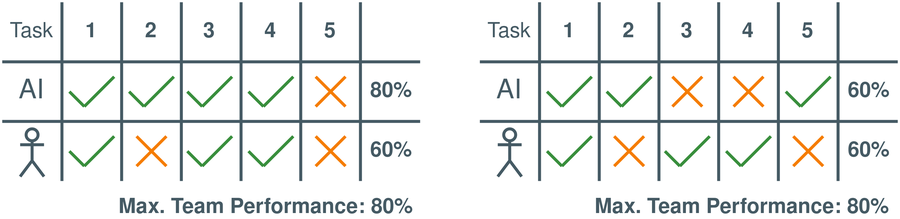
The draw.io diagram public/assets/complementarityPotential.png in sebastianschaefer-kit/co-aid, before a commit. Source tidied: cells renumbered, new cells last; positions are measured from the earlier drawing's top-left corner, leaving out a move shared by most shapes.
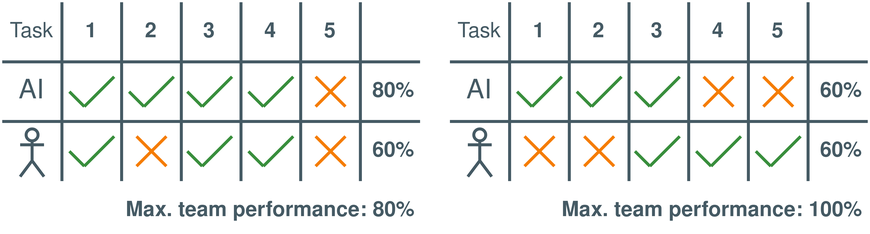
The same file after the commit.

What changed in the source:
```diff
@@ -150,13 +150,13 @@
       <mxGeometry x="210" y="10" width="20" height="20" as="geometry" />
     </mxCell>
     <mxCell id="33" value="&lt;font color=&quot;#455a64&quot;&gt;80%&lt;/font&gt;" style="text;html=1;strokeColor=none;fillColor=none;align=center;verticalAlign=middle;whiteSpace=wrap;rounded=0;fontSize=14;strokeWidth=1;fontStyle=1;" parent="1" vertex="1">
-      <mxGeometry x="246" y="50" width="30" height="20" as="geometry" />
+      <mxGeometry x="249" y="50" width="27" height="20" as="geometry" />
     </mxCell>
     <mxCell id="34" value="&lt;div&gt;&lt;font color=&quot;#455a64&quot;&gt;60%&lt;/font&gt;&lt;/div&gt;" style="text;html=1;strokeColor=none;fillColor=none;align=center;verticalAlign=middle;whiteSpace=wrap;rounded=0;fontSize=14;strokeWidth=1;fontStyle=1;" parent="1" vertex="1">
-      <mxGeometry x="246" y="90" width="30" height="20" as="geometry" />
+      <mxGeometry x="249" y="90" width="27" height="20" as="geometry" />
     </mxCell>
-    <mxCell id="35" value="&lt;div style=&quot;font-size: 14px;&quot;&gt;&lt;font style=&quot;font-size: 14px;&quot; color=&quot;#455a64&quot;&gt;Max. Team Performance: 80%&lt;/font&gt;&lt;/div&gt;" style="text;html=1;strokeColor=none;fillColor=none;align=center;verticalAlign=middle;whiteSpace=wrap;rounded=0;fontStyle=1;fontSize=14;" parent="1" vertex="1">
-      <mxGeometry x="73" y="130" width="207.5" height="15" as="geometry" />
+    <mxCell id="35" value="&lt;div style=&quot;font-size: 14px;&quot;&gt;&lt;font style=&quot;font-size: 14px;&quot; color=&quot;#455a64&quot;&gt;Max. team performance: 80%&lt;/font&gt;&lt;/div&gt;" style="text;html=1;strokeColor=none;fillColor=none;align=center;verticalAlign=middle;whiteSpace=wrap;rounded=0;fontStyle=1;fontSize=14;spacing=0;" parent="1" vertex="1">
+      <mxGeometry x="84" y="125" width="192" height="30" as="geometry" />
     </mxCell>
     <mxCell id="36" style="group;fillColor=none;" parent="1" vertex="1">
       <mxGeometry x="210" y="90" width="20" height="20" as="geometry" />
@@ -205,48 +205,63 @@
     </mxCell>
     <mxCell id="45" style="endArrow=none;html=1;rounded=0;strokeColor=#455a64;strokeWidth=2;" parent="1" edge="1">
       <mxGeometry relative="1" as="geometry">
-        <mxPoint x="320" y="40" as="sourcePoint" />
-        <mxPoint x="600" y="40" as="targetPoint" />
+        <mxPoint x="300" y="40" as="sourcePoint" />
+        <mxPoint x="580" y="40" as="targetPoint" />
       </mxGeometry>
     </mxCell>
     <mxCell id="46" style="endArrow=none;html=1;rounded=0;strokeColor=#455a64;strokeWidth=2;" parent="1" edge="1">
       <mxGeometry relative="1" as="geometry">
-        <mxPoint x="360" y="120" as="sourcePoint" />
-        <mxPoint x="360" as="targetPoint" />
+        <mxPoint x="340" y="120" as="sourcePoint" />
+        <mxPoint x="340" as="targetPoint" />
       </mxGeometry>
     </mxCell>
     <mxCell id="47" style="endArrow=none;html=1;rounded=0;strokeColor=#455a64;strokeWidth=2;" parent="1" edge="1">
       <mxGeometry relative="1" as="geometry">
-        <mxPoint x="400" y="120" as="sourcePoint" />
-        <mxPoint x="400" as="targetPoint" />
+        <mxPoint x="380" y="120" as="sourcePoint" />
+        <mxPoint x="380" as="targetPoint" />
       </mxGeometry>
     </mxCell>
     <mxCell id="48" style="endArrow=none;html=1;rounded=0;strokeColor=#455a64;strokeWidth=2;" parent="1" edge="1">
       <mxGeometry relative="1" as="geometry">
-        <mxPoint x="440" y="120" as="sourcePoint" />
-        <mxPoint x="440" as="targetPoint" />
+        <mxPoint x="420" y="120" as="sourcePoint" />
+        <mxPoint x="420" as="targetPoint" />
       </mxGeometry>
     </mxCell>
     <mxCell id="49" style="endArrow=none;html=1;rounded=0;strokeColor=#455a64;strokeWidth=2;" parent="1" edge="1">
       <mxGeometry relative="1" as="geometry">
-        <mxPoint x="480" y="120" as="sourcePoint" />
-        <mxPoint x="480" as="targetPoint" />
+        <mxPoint x="460" y="120" as="sourcePoint" />
+        <mxPoint x="460" as="targetPoint" />
       </mxGeometry>
     </mxCell>
     <mxCell id="50" style="endArrow=none;html=1;rounded=0;strokeColor=#455a64;strokeWidth=2;" parent="1" edge="1">
       <mxGeometry relative="1" as="geometry">
-        <mxPoint x="520" y="120" as="sourcePoint" />
-        <mxPoint x="520" as="targetPoint" />
+        <mxPoint x="500" y="120" as="sourcePoint" />
+        <mxPoint x="500" as="targetPoint" />
       </mxGeometry>
     </mxCell>
     <mxCell id="51" style="endArrow=none;html=1;rounded=0;strokeColor=#455a64;strokeWidth=2;" parent="1" edge="1">
       <mxGeometry relative="1" as="geometry">
-        <mxPoint x="320" y="80" as="sourcePoint" />
-        <mxPoint x="600" y="80" as="targetPoint" />
+        <mxPoint x="300" y="80" as="sourcePoint" />
+        <mxPoint x="580" y="80" as="targetPoint" />
       </mxGeometry>
     </mxCell>
+    <mxCell id="100" style="group;" parent="1" vertex="1">
+      <mxGeometry x="465" y="90" width="30" height="20" as="geometry" />
+    </mxCell>
+    <mxCell id="101" style="endArrow=none;html=1;rounded=0;strokeColor=#388E3C;strokeWidth=2;" parent="100" edge="1">
+      <mxGeometry relative="1" as="geometry">
+        <mxPoint y="10" as="sourcePoint" />
+        <mxPoint x="10" y="20" as="targetPoint" />
+      </mxGeometry>
+    </mxCell>
+    <mxCell id="102" style="endArrow=none;html=1;rounded=0;strokeColor=#388E3C;strokeWidth=2;" parent="100" edge="1">
+      <mxGeometry relative="1" as="geometry">
+        <mxPoint x="10" y="20" as="sourcePoint" />
+        <mxPoint x="30" as="targetPoint" />
+      </mxGeometry>
+    </mxCell>
     <mxCell id="52" style="group;" parent="1" vertex="1">
-      <mxGeometry x="365" y="50" width="30" height="20" as="geometry" />
+      <mxGeometry x="345" y="50" width="30" height="20" as="geometry" />
     </mxCell>
     <mxCell id="53" style="endArrow=none;html=1;rounded=0;strokeColor=#388E3C;strokeWidth=2;" parent="52" edge="1">
       <mxGeometry relative="1" as="geometry">
@@ -261,7 +276,7 @@
       </mxGeometry>
     </mxCell>
     <mxCell id="55" style="group;" parent="1" vertex="1">
-      <mxGeometry x="405" y="50" width="30" height="20" as="geometry" />
+      <mxGeometry x="385" y="50" width="30" height="20" as="geometry" />
     </mxCell>
     <mxCell id="56" style="endArrow=none;html=1;rounded=0;strokeColor=#388E3C;strokeWidth=2;" parent="55" edge="1">
       <mxGeometry relative="1" as="geometry">
@@ -276,7 +291,7 @@
       </mxGeometry>
     </mxCell>
     <mxCell id="58" style="group;" parent="1" vertex="1">
-      <mxGeometry x="525" y="50" width="30" height="20" as="geometry" />
+      <mxGeometry x="424" y="50" width="30" height="20" as="geometry" />
     </mxCell>
     <mxCell id="59" style="endArrow=none;html=1;rounded=0;strokeColor=#388E3C;strokeWidth=2;" parent="58" edge="1">
       <mxGeometry relative="1" as="geometry">
@@ -290,8 +305,23 @@
         <mxPoint x="30" as="targetPoint" />
       </mxGeometry>
     </mxCell>
+    <mxCell id="103" style="group;" parent="1" vertex="1">
+      <mxGeometry x="424" y="90" width="30" height="20" as="geometry" />
+    </mxCell>
+    <mxCell id="104" style="endArrow=none;html=1;rounded=0;strokeColor=#388E3C;strokeWidth=2;" parent="103" edge="1">
+      <mxGeometry relative="1" as="geometry">
+        <mxPoint y="10" as="sourcePoint" />
+        <mxPoint x="10" y="20" as="targetPoint" />
+      </mxGeometry>
+    </mxCell>
+    <mxCell id="105" style="endArrow=none;html=1;rounded=0;strokeColor=#388E3C;strokeWidth=2;" parent="103" edge="1">
+      <mxGeometry relative="1" as="geometry">
+        <mxPoint x="10" y="20" as="sourcePoint" />
+        <mxPoint x="30" as="targetPoint" />
+      </mxGeometry>
+    </mxCell>
     <mxCell id="61" style="group;fillColor=none;" parent="1" vertex="1">
-      <mxGeometry x="490" y="50" width="20" height="20" as="geometry" />
+      <mxGeometry x="470" y="50" width="20" height="20" as="geometry" />
     </mxCell>
     <mxCell id="62" style="endArrow=none;html=1;rounded=0;strokeColor=#F57C00;strokeWidth=2;" parent="61" edge="1">
       <mxGeometry relative="1" as="geometry">
@@ -307,42 +337,60 @@
     </mxCell>
     <mxCell id="64" style="endArrow=none;html=1;rounded=0;strokeColor=#455A64;strokeWidth=2;" parent="1" edge="1">
       <mxGeometry relative="1" as="geometry">
-        <mxPoint x="560" y="120" as="sourcePoint" />
-        <mxPoint x="560" as="targetPoint" />
+        <mxPoint x="540" y="120" as="sourcePoint" />
+        <mxPoint x="540" as="targetPoint" />
       </mxGeometry>
     </mxCell>
     <mxCell id="65" style="shape=umlActor;verticalLabelPosition=bottom;verticalAlign=top;html=1;strokeWidth=2;strokeColor=#455a64;fillColor=none;" parent="1" vertex="1">
-      <mxGeometry x="332" y="85" width="16" height="32" as="geometry" />
+      <mxGeometry x="312" y="85" width="16" height="32" as="geometry" />
     </mxCell>
     <mxCell id="66" value="&lt;font style=&quot;font-size: 18px;&quot; color=&quot;#455a64&quot;&gt;AI&lt;/font&gt;" style="text;html=1;strokeColor=none;fillColor=none;align=center;verticalAlign=middle;whiteSpace=wrap;rounded=0;" parent="1" vertex="1">
-      <mxGeometry x="330" y="50" width="20" height="20" as="geometry" />
+      <mxGeometry x="310" y="50" width="20" height="20" as="geometry" />
     </mxCell>
     <mxCell id="67" value="&lt;font style=&quot;font-size: 14px;&quot; color=&quot;#455a64&quot;&gt;Task&lt;/font&gt;" style="text;html=1;strokeColor=none;fillColor=none;align=center;verticalAlign=middle;whiteSpace=wrap;rounded=0;" parent="1" vertex="1">
-      <mxGeometry x="326" y="10" width="28" height="20" as="geometry" />
+      <mxGeometry x="306" y="10" width="28" height="20" as="geometry" />
     </mxCell>
     <mxCell id="68" value="&lt;font style=&quot;font-size: 14px;&quot; color=&quot;#455a64&quot;&gt;1&lt;/font&gt;" style="text;html=1;strokeColor=none;fillColor=none;align=center;verticalAlign=middle;whiteSpace=wrap;rounded=0;fontSize=14;strokeWidth=1;fontStyle=1;" parent="1" vertex="1">
-      <mxGeometry x="370" y="10" width="20" height="20" as="geometry" />
+      <mxGeometry x="350" y="10" width="20" height="20" as="geometry" />
     </mxCell>
     <mxCell id="69" value="&lt;font color=&quot;#455a64&quot;&gt;2&lt;/font&gt;" style="text;html=1;strokeColor=none;fillColor=none;align=center;verticalAlign=middle;whiteSpace=wrap;rounded=0;fontSize=14;strokeWidth=1;fontStyle=1;" parent="1" vertex="1">
-      <mxGeometry x="410" y="10" width="20" height="20" as="geometry" />
+      <mxGeometry x="390" y="10" width="20" height="20" as="geometry" />
     </mxCell>
     <mxCell id="70" value="&lt;font color=&quot;#455a64&quot;&gt;3&lt;/font&gt;" style="text;html=1;strokeColor=none;fillColor=none;align=center;verticalAlign=middle;whiteSpace=wrap;rounded=0;fontSize=14;strokeWidth=1;fontStyle=1;" parent="1" vertex="1">
-      <mxGeometry x="449" y="10" width="20" height="20" as="geometry" />
+      <mxGeometry x="429" y="10" width="20" height="20" as="geometry" />
     </mxCell>
     <mxCell id="71" value="&lt;font color=&quot;#455a64&quot;&gt;4&lt;/font&gt;" style="text;html=1;strokeColor=none;fillColor=none;align=center;verticalAlign=middle;whiteSpace=wrap;rounded=0;fontSize=14;strokeWidth=1;fontStyle=1;" parent="1" vertex="1">
-      <mxGeometry x="490" y="10" width="20" height="20" as="geometry" />
+      <mxGeometry x="470" y="10" width="20" height="20" as="geometry" />
     </mxCell>
     <mxCell id="72" value="&lt;font color=&quot;#455a64&quot;&gt;5&lt;/font&gt;" style="text;html=1;strokeColor=none;fillColor=none;align=center;verticalAlign=middle;whiteSpace=wrap;rounded=0;fontSize=14;strokeWidth=1;fontStyle=1;" parent="1" vertex="1">
-      <mxGeometry x="530" y="10" width="20" height="20" as="geometry" />
+      <mxGeometry x="510" y="10" width="20" height="20" as="geometry" />
     </mxCell>
     <mxCell id="73" value="&lt;font color=&quot;#455a64&quot;&gt;60%&lt;/font&gt;" style="text;html=1;strokeColor=none;fillColor=none;align=center;verticalAlign=middle;whiteSpace=wrap;rounded=0;fontSize=14;strokeWidth=1;fontStyle=1;" parent="1" vertex="1">
-      <mxGeometry x="566" y="50" width="30" height="20" as="geometry" />
+      <mxGeometry x="549" y="50" width="27" height="20" as="geometry" />
     </mxCell>
     <mxCell id="74" value="&lt;div&gt;&lt;font color=&quot;#455a64&quot;&gt;60%&lt;/font&gt;&lt;/div&gt;" style="text;html=1;strokeColor=none;fillColor=none;align=center;verticalAlign=middle;whiteSpace=wrap;rounded=0;fontSize=14;strokeWidth=1;fontStyle=1;" parent="1" vertex="1">
-      <mxGeometry x="566" y="90" width="30" height="20" as="geometry" />
+      <mxGeometry x="549" y="90" width="27" height="20" as="geometry" />
     </mxCell>
+    <mxCell id="106" value="&lt;div style=&quot;font-size: 14px;&quot;&gt;&lt;font style=&quot;font-size: 14px;&quot; color=&quot;#455a64&quot;&gt;Max. team performance&lt;/font&gt;&lt;font style=&quot;font-size: 14px;&quot; color=&quot;#455a64&quot;&gt;: 100%&lt;/font&gt;&lt;/div&gt;" style="text;html=1;strokeColor=none;fillColor=none;align=center;verticalAlign=middle;whiteSpace=wrap;rounded=0;fontStyle=1;fontSize=14;spacing=0;" parent="1" vertex="1">
+      <mxGeometry x="376" y="125" width="200" height="30" as="geometry" />
+    </mxCell>
+    <mxCell id="107" style="group;fillColor=none;" parent="1" vertex="1">
+      <mxGeometry x="350" y="90" width="20" height="20" as="geometry" />
+    </mxCell>
+    <mxCell id="108" style="endArrow=none;html=1;rounded=0;strokeColor=#F57C00;strokeWidth=2;" parent="107" edge="1">
+      <mxGeometry relative="1" as="geometry">
+        <mxPoint as="sourcePoint" />
+        <mxPoint x="20" y="20" as="targetPoint" />
+      </mxGeometry>
+    </mxCell>
+    <mxCell id="109" style="endArrow=none;html=1;rounded=0;strokeColor=#F57C00;strokeWidth=2;" parent="107" edge="1">
+      <mxGeometry relative="1" as="geometry">
+        <mxPoint y="20" as="sourcePoint" />
+        <mxPoint x="20" as="targetPoint" />
+      </mxGeometry>
+    </mxCell>
     <mxCell id="75" style="group;fillColor=none;" parent="1" vertex="1">
-      <mxGeometry x="449" y="50" width="20" height="20" as="geometry" />
+      <mxGeometry x="510" y="50" width="20" height="20" as="geometry" />
     </mxCell>
     <mxCell id="76" style="endArrow=none;html=1;rounded=0;strokeColor=#F57C00;strokeWidth=2;" parent="75" edge="1">
       <mxGeometry relative="1" as="geometry">
@@ -356,6 +404,21 @@
         <mxPoint x="20" as="targetPoint" />
       </mxGeometry>
     </mxCell>
+    <mxCell id="110" style="group;fillColor=none;" parent="1" vertex="1">
+      <mxGeometry x="390" y="90" width="20" height="20" as="geometry" />
+    </mxCell>
+    <mxCell id="111" style="endArrow=none;html=1;rounded=0;strokeColor=#F57C00;strokeWidth=2;" parent="110" edge="1">
+      <mxGeometry relative="1" as="geometry">
+        <mxPoint as="sourcePoint" />
+        <mxPoint x="20" y="20" as="targetPoint" />
+      </mxGeometry>
+    </mxCell>
+    <mxCell id="112" style="endArrow=none;html=1;rounded=0;strokeColor=#F57C00;strokeWidth=2;" parent="110" edge="1">
+      <mxGeometry relative="1" as="geometry">
+        <mxPoint y="20" as="sourcePoint" />
+        <mxPoint x="20" as="targetPoint" />
+      </mxGeometry>
+    </mxCell>
     <mxCell id="78" style="group;" parent="1" vertex="1">
       <mxGeometry x="165" y="50" width="30" height="20" as="geometry" />
     </mxCell>
@@ -386,83 +449,20 @@
         <mxPoint x="30" as="targetPoint" />
       </mxGeometry>
     </mxCell>
-    <mxCell id="84" style="group;" parent="1" vertex="1">
-      <mxGeometry x="365" y="90" width="30" height="20" as="geometry" />
-    </mxCell>
-    <mxCell id="85" style="endArrow=none;html=1;rounded=0;strokeColor=#388E3C;strokeWidth=2;" parent="84" edge="1">
-      <mxGeometry relative="1" as="geometry">
-        <mxPoint y="10" as="sourcePoint" />
-        <mxPoint x="10" y="20" as="targetPoint" />
-      </mxGeometry>
-    </mxCell>
-    <mxCell id="86" style="endArrow=none;html=1;rounded=0;strokeColor=#388E3C;strokeWidth=2;" parent="84" edge="1">
-      <mxGeometry relative="1" as="geometry">
-        <mxPoint x="10" y="20" as="sourcePoint" />
-        <mxPoint x="30" as="targetPoint" />
-      </mxGeometry>
-    </mxCell>
-    <mxCell id="87" style="group;" parent="1" vertex="1">
-      <mxGeometry x="444" y="90" width="30" height="20" as="geometry" />
-    </mxCell>
-    <mxCell id="88" style="endArrow=none;html=1;rounded=0;strokeColor=#388E3C;strokeWidth=2;" parent="87" edge="1">
-      <mxGeometry relative="1" as="geometry">
-        <mxPoint y="10" as="sourcePoint" />
-        <mxPoint x="10" y="20" as="targetPoint" />
-      </mxGeometry>
-    </mxCell>
-    <mxCell id="89" style="endArrow=none;html=1;rounded=0;strokeColor=#388E3C;strokeWidth=2;" parent="87" edge="1">
-      <mxGeometry relative="1" as="geometry">
-        <mxPoint x="10" y="20" as="sourcePoint" />
-        <mxPoint x="30" as="targetPoint" />
-      </mxGeometry>
-    </mxCell>
-    <mxCell id="90" style="group;fillColor=none;" parent="1" vertex="1">
-      <mxGeometry x="530" y="90" width="20" height="20" as="geometry" />
-    </mxCell>
-    <mxCell id="91" style="endArrow=none;html=1;rounded=0;strokeColor=#F57C00;strokeWidth=2;" parent="90" edge="1">
-      <mxGeometry relative="1" as="geometry">
-        <mxPoint as="sourcePoint" />
-        <mxPoint x="20" y="20" as="targetPoint" />
-      </mxGeometry>
-    </mxCell>
-    <mxCell id="92" style="endArrow=none;html=1;rounded=0;strokeColor=#F57C00;strokeWidth=2;" parent="90" edge="1">
-      <mxGeometry relative="1" as="geometry">
-        <mxPoint y="20" as="sourcePoint" />
-        <mxPoint x="20" as="targetPoint" />
-      </mxGeometry>
-    </mxCell>
-    <mxCell id="93" style="group;fillColor=none;" parent="1" vertex="1">
-      <mxGeometry x="410" y="90" width="20" height="20" as="geometry" />
-    </mxCell>
-    <mxCell id="94" style="endArrow=none;html=1;rounded=0;strokeColor=#F57C00;strokeWidth=2;" parent="93" edge="1">
-      <mxGeometry relative="1" as="geometry">
-        <mxPoint as="sourcePoint" />
-        <mxPoint x="20" y="20" as="targetPoint" />
-      </mxGeometry>
-    </mxCell>
-    <mxCell id="95" style="endArrow=none;html=1;rounded=0;strokeColor=#F57C00;strokeWidth=2;" parent="93" edge="1">
-      <mxGeometry relative="1" as="geometry">
-        <mxPoint y="20" as="sourcePoint" />
-        <mxPoint x="20" as="targetPoint" />
-      </mxGeometry>
-    </mxCell>
-    <mxCell id="96" style="group;" parent="1" vertex="1">
-      <mxGeometry x="485" y="90" width="30" height="20" as="geometry" />
-    </mxCell>
-    <mxCell id="97" style="endArrow=none;html=1;rounded=0;strokeColor=#388E3C;strokeWidth=2;" parent="96" edge="1">
-      <mxGeometry relative="1" as="geometry">
-        <mxPoint y="10" as="sourcePoint" />
-        <mxPoint x="10" y="20" as="targetPoint" />
-      </mxGeometry>
-    </mxCell>
-    <mxCell id="98" style="endArrow=none;html=1;rounded=0;strokeColor=#388E3C;strokeWidth=2;" parent="96" edge="1">
-      <mxGeometry relative="1" as="geometry">
-        <mxPoint x="10" y="20" as="sourcePoint" />
-        <mxPoint x="30" as="targetPoint" />
-      </mxGeometry>
-    </mxCell>
-    <mxCell id="99" value="&lt;div style=&quot;font-size: 14px;&quot;&gt;&lt;font style=&quot;font-size: 14px;&quot; color=&quot;#455a64&quot;&gt;Max. Team Performance: 80%&lt;/font&gt;&lt;/div&gt;" style="text;html=1;strokeColor=none;fillColor=none;align=center;verticalAlign=middle;whiteSpace=wrap;rounded=0;fontStyle=1;fontSize=14;" parent="1" vertex="1">
-      <mxGeometry x="393" y="130" width="205.8" height="15" as="geometry" />
-    </mxCell>
+    <mxCell id="113" style="group;" parent="1" vertex="1">
+      <mxGeometry x="505" y="90" width="30" height="20" as="geometry" />
+    </mxCell>
+    <mxCell id="114" style="endArrow=none;html=1;rounded=0;strokeColor=#388E3C;strokeWidth=2;" parent="113" edge="1">
+      <mxGeometry relative="1" as="geometry">
+        <mxPoint y="10" as="sourcePoint" />
+        <mxPoint x="10" y="20" as="targetPoint" />
+      </mxGeometry>
+    </mxCell>
+    <mxCell id="115" style="endArrow=none;html=1;rounded=0;strokeColor=#388E3C;strokeWidth=2;" parent="113" edge="1">
+      <mxGeometry relative="1" as="geometry">
+        <mxPoint x="10" y="20" as="sourcePoint" />
+        <mxPoint x="30" as="targetPoint" />
+      </mxGeometry>
+    </mxCell>
   </root>
 </mxGraphModel>
```
